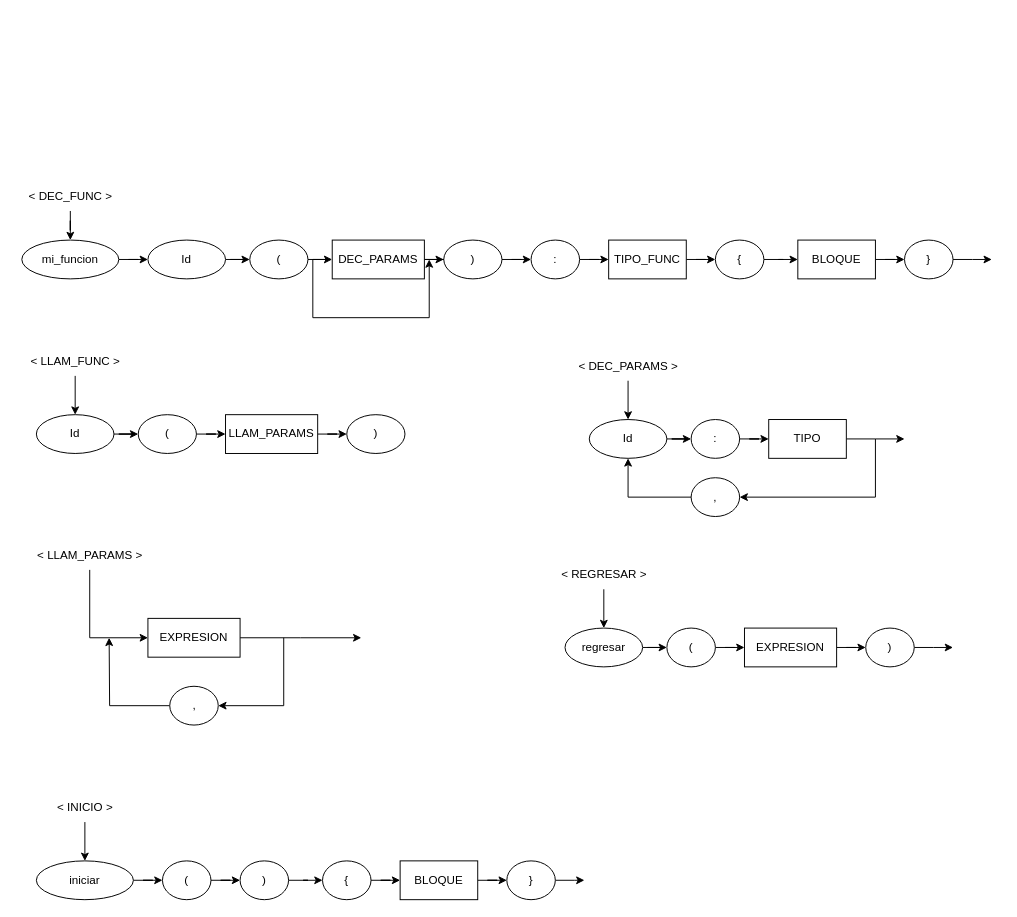
Before: page "Modulos" (13 of 14) of Docs/0. Diagramas.drawio in alexvasqxz/JuniorScript, a draw.io diagram. Source tidied: cells renumbered, new cells numbered last; positions are measured from the earlier drawing's top-left corner, leaving out a move shared by most shapes. Both pictures are drawn from the tidied source at 97%, with x=0, y=0 at pixel (16, 181).
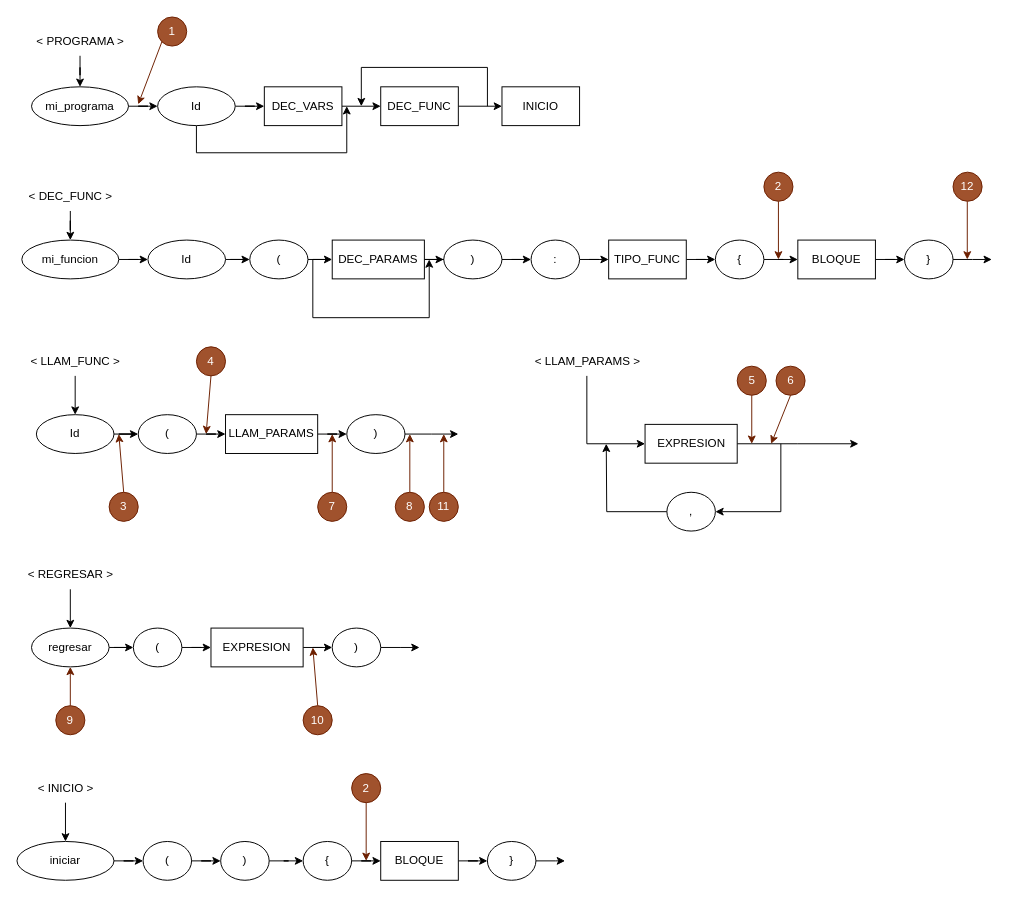
The same diagram, later.

The change refers to these unchanged cells:
```xml
<mxCell id="32" value=")" style="ellipse;whiteSpace=wrap;html=1;" parent="1" vertex="1">
  <mxGeometry x="340" y="240" width="60" height="40" as="geometry" />
</mxCell>
```

Change to the diagram source:
```diff
@@
+    <mxCell id="76" style="edgeStyle=orthogonalEdgeStyle;rounded=0;jettySize=auto;html=1;" parent="1" edge="1" source="32">
+      <mxGeometry relative="1" as="geometry">
+        <mxPoint x="455" y="260" as="targetPoint" />
+      </mxGeometry>
+    </mxCell>
@@
-    <mxCell id="33" style="edgeStyle=orthogonalEdgeStyle;rounded=0;jettySize=auto;html=1;entryX=0.5;entryY=0;entryDx=0;entryDy=0;" parent="1" edge="1" source="34" target="36">
-      <mxGeometry relative="1" as="geometry" />
-    </mxCell>
-    <mxCell id="34" value="&amp;lt; DEC_PARAMS &amp;gt;" style="text;html=1;align=center;verticalAlign=middle;points=[];strokeColor=none;fillColor=none;" parent="1" vertex="1">
-      <mxGeometry x="565" y="175" width="130" height="30" as="geometry" />
-    </mxCell>
-    <mxCell id="35" style="edgeStyle=orthogonalEdgeStyle;rounded=0;jettySize=auto;html=1;" parent="1" edge="1" source="36" target="38">
-      <mxGeometry relative="1" as="geometry" />
-    </mxCell>
-    <mxCell id="36" value="Id" style="ellipse;whiteSpace=wrap;html=1;" parent="1" vertex="1">
-      <mxGeometry x="590" y="245" width="80" height="40" as="geometry" />
-    </mxCell>
-    <mxCell id="37" style="edgeStyle=orthogonalEdgeStyle;rounded=0;jettySize=auto;html=1;entryX=0;entryY=0.5;entryDx=0;entryDy=0;" parent="1" edge="1" source="38" target="40">
-      <mxGeometry relative="1" as="geometry" />
-    </mxCell>
-    <mxCell id="38" value=":" style="ellipse;whiteSpace=wrap;html=1;" parent="1" vertex="1">
-      <mxGeometry x="695" y="245" width="50" height="40" as="geometry" />
-    </mxCell>
-    <mxCell id="39" style="edgeStyle=orthogonalEdgeStyle;rounded=0;jettySize=auto;html=1;" parent="1" edge="1" source="40">
-      <mxGeometry relative="1" as="geometry">
-        <mxPoint x="915" y="265" as="targetPoint" />
-      </mxGeometry>
-    </mxCell>
-    <mxCell id="40" value="TIPO" style="rounded=0;whiteSpace=wrap;html=1;" parent="1" vertex="1">
-      <mxGeometry x="775" y="245" width="80" height="40" as="geometry" />
-    </mxCell>
-    <mxCell id="41" style="edgeStyle=orthogonalEdgeStyle;rounded=0;jettySize=auto;html=1;entryX=0.5;entryY=1;entryDx=0;entryDy=0;" parent="1" edge="1" source="42" target="36">
-      <mxGeometry relative="1" as="geometry" />
-    </mxCell>
-    <mxCell id="42" value="," style="ellipse;whiteSpace=wrap;html=1;" parent="1" vertex="1">
-      <mxGeometry x="695" y="305" width="50" height="40" as="geometry" />
-    </mxCell>
-    <mxCell id="43" style="endArrow=classic;html=1;rounded=0;entryX=1;entryY=0.5;entryDx=0;entryDy=0;" parent="1" edge="1" target="42">
-      <mxGeometry relative="1" as="geometry">
-        <mxPoint x="885" y="265" as="sourcePoint" />
-        <Array as="points">
-          <mxPoint x="885" y="325" />
-        </Array>
-      </mxGeometry>
-    </mxCell>
@@
     <mxCell id="45" value="&amp;lt; LLAM_PARAMS &amp;gt;" style="text;html=1;align=center;verticalAlign=middle;points=[];strokeColor=none;fillColor=none;" parent="1" vertex="1">
-      <mxGeometry x="10" y="370" width="130" height="30" as="geometry" />
+      <mxGeometry x="522.5" y="170" width="130" height="30" as="geometry" />
     </mxCell>
     <mxCell id="46" style="edgeStyle=orthogonalEdgeStyle;rounded=0;jettySize=auto;html=1;" parent="1" edge="1" source="47">
       <mxGeometry relative="1" as="geometry">
-        <mxPoint x="355" y="470" as="targetPoint" />
+        <mxPoint x="867.5" y="270" as="targetPoint" />
       </mxGeometry>
     </mxCell>
     <mxCell id="47" value="EXPRESION" style="rounded=0;whiteSpace=wrap;html=1;" parent="1" vertex="1">
-      <mxGeometry x="135" y="450" width="95" height="40" as="geometry" />
+      <mxGeometry x="647.5" y="250" width="95" height="40" as="geometry" />
     </mxCell>
     <mxCell id="48" style="edgeStyle=orthogonalEdgeStyle;rounded=0;jettySize=auto;html=1;" parent="1" edge="1" source="49">
       <mxGeometry relative="1" as="geometry">
-        <mxPoint x="95" y="470" as="targetPoint" />
+        <mxPoint x="607.5" y="270" as="targetPoint" />
       </mxGeometry>
     </mxCell>
     <mxCell id="49" value="," style="ellipse;whiteSpace=wrap;html=1;" parent="1" vertex="1">
-      <mxGeometry x="157.5" y="520" width="50" height="40" as="geometry" />
+      <mxGeometry x="670" y="320" width="50" height="40" as="geometry" />
     </mxCell>
     <mxCell id="50" style="endArrow=classic;html=1;rounded=0;entryX=1;entryY=0.5;entryDx=0;entryDy=0;" parent="1" edge="1" target="49">
       <mxGeometry relative="1" as="geometry">
-        <mxPoint x="275" y="470" as="sourcePoint" />
+        <mxPoint x="787.5" y="270" as="sourcePoint" />
         <Array as="points">
-          <mxPoint x="275" y="540" />
+          <mxPoint x="787.5" y="340" />
         </Array>
       </mxGeometry>
     </mxCell>
@@
     <mxCell id="52" value="&amp;lt; REGRESAR &amp;gt;" style="text;html=1;align=center;verticalAlign=middle;points=[];strokeColor=none;fillColor=none;" parent="1" vertex="1">
-      <mxGeometry x="550" y="390" width="110" height="30" as="geometry" />
+      <mxGeometry y="390" width="110" height="30" as="geometry" />
     </mxCell>
@@
     <mxCell id="54" value="regresar" style="ellipse;whiteSpace=wrap;html=1;" parent="1" vertex="1">
-      <mxGeometry x="565" y="460" width="80" height="40" as="geometry" />
+      <mxGeometry x="15" y="460" width="80" height="40" as="geometry" />
     </mxCell>
@@
     <mxCell id="56" value="(" style="ellipse;whiteSpace=wrap;html=1;" parent="1" vertex="1">
-      <mxGeometry x="670" y="460" width="50" height="40" as="geometry" />
+      <mxGeometry x="120" y="460" width="50" height="40" as="geometry" />
     </mxCell>
@@
     <mxCell id="58" value="EXPRESION" style="rounded=0;whiteSpace=wrap;html=1;" parent="1" vertex="1">
-      <mxGeometry x="750" y="460" width="95" height="40" as="geometry" />
+      <mxGeometry x="200" y="460" width="95" height="40" as="geometry" />
     </mxCell>
     <mxCell id="59" style="edgeStyle=orthogonalEdgeStyle;rounded=0;jettySize=auto;html=1;" parent="1" edge="1" source="60">
       <mxGeometry relative="1" as="geometry">
-        <mxPoint x="965" y="480" as="targetPoint" />
+        <mxPoint x="415" y="480" as="targetPoint" />
       </mxGeometry>
     </mxCell>
     <mxCell id="60" value=")" style="ellipse;whiteSpace=wrap;html=1;" parent="1" vertex="1">
-      <mxGeometry x="875" y="460" width="50" height="40" as="geometry" />
+      <mxGeometry x="325" y="460" width="50" height="40" as="geometry" />
     </mxCell>
@@
     <mxCell id="63" value="&amp;lt; INICIO &amp;gt;" style="text;html=1;align=center;verticalAlign=middle;points=[];strokeColor=none;fillColor=none;" parent="1" vertex="1">
-      <mxGeometry x="30" y="630" width="80" height="30" as="geometry" />
+      <mxGeometry x="10" y="610" width="80" height="30" as="geometry" />
     </mxCell>
@@
     <mxCell id="65" value="iniciar" style="ellipse;whiteSpace=wrap;html=1;" parent="1" vertex="1">
-      <mxGeometry x="20" y="700" width="100" height="40" as="geometry" />
+      <mxGeometry y="680" width="100" height="40" as="geometry" />
     </mxCell>
@@
     <mxCell id="67" value="(" style="ellipse;whiteSpace=wrap;html=1;" parent="1" vertex="1">
-      <mxGeometry x="150" y="700" width="50" height="40" as="geometry" />
+      <mxGeometry x="130" y="680" width="50" height="40" as="geometry" />
     </mxCell>
@@
     <mxCell id="69" value=")" style="ellipse;whiteSpace=wrap;html=1;" parent="1" vertex="1">
-      <mxGeometry x="230" y="700" width="50" height="40" as="geometry" />
+      <mxGeometry x="210" y="680" width="50" height="40" as="geometry" />
     </mxCell>
@@
     <mxCell id="71" value="{" style="ellipse;whiteSpace=wrap;html=1;" parent="1" vertex="1">
-      <mxGeometry x="315" y="700" width="50" height="40" as="geometry" />
+      <mxGeometry x="295" y="680" width="50" height="40" as="geometry" />
     </mxCell>
@@
     <mxCell id="73" value="BLOQUE" style="rounded=0;whiteSpace=wrap;html=1;" parent="1" vertex="1">
-      <mxGeometry x="395" y="700" width="80" height="40" as="geometry" />
+      <mxGeometry x="375" y="680" width="80" height="40" as="geometry" />
     </mxCell>
     <mxCell id="74" style="edgeStyle=orthogonalEdgeStyle;rounded=0;jettySize=auto;html=1;" parent="1" edge="1" source="75">
       <mxGeometry relative="1" as="geometry">
-        <mxPoint x="585" y="720" as="targetPoint" />
+        <mxPoint x="565" y="700" as="targetPoint" />
       </mxGeometry>
     </mxCell>
     <mxCell id="75" value="}" style="ellipse;whiteSpace=wrap;html=1;" parent="1" vertex="1">
-      <mxGeometry x="505" y="700" width="50" height="40" as="geometry" />
+      <mxGeometry x="485" y="680" width="50" height="40" as="geometry" />
     </mxCell>
+    <mxCell id="77" value="1" style="ellipse;whiteSpace=wrap;html=1;fillColor=#a0522d;strokeColor=#6D1F00;fontColor=#ffffff;" parent="1" vertex="1">
+      <mxGeometry x="145" y="-170" width="30" height="30" as="geometry" />
+    </mxCell>
+    <mxCell id="78" style="edgeStyle=orthogonalEdgeStyle;rounded=0;jettySize=auto;html=1;entryX=0.5;entryY=0;entryDx=0;entryDy=0;" parent="1" edge="1" source="79" target="81">
+      <mxGeometry relative="1" as="geometry" />
+    </mxCell>
+    <mxCell id="79" value="&amp;lt; PROGRAMA &amp;gt;" style="text;html=1;align=center;verticalAlign=middle;points=[];strokeColor=none;fillColor=none;" parent="1" vertex="1">
+      <mxGeometry x="10" y="-160" width="110" height="30" as="geometry" />
+    </mxCell>
+    <mxCell id="80" style="edgeStyle=orthogonalEdgeStyle;rounded=0;jettySize=auto;html=1;entryX=0;entryY=0.5;entryDx=0;entryDy=0;" parent="1" edge="1" source="81" target="36">
+      <mxGeometry relative="1" as="geometry" />
+    </mxCell>
+    <mxCell id="81" value="mi_programa" style="ellipse;whiteSpace=wrap;html=1;" parent="1" vertex="1">
+      <mxGeometry x="15" y="-98" width="100" height="40" as="geometry" />
+    </mxCell>
+    <mxCell id="82" style="edgeStyle=orthogonalEdgeStyle;rounded=0;jettySize=auto;html=1;entryX=0;entryY=0.5;entryDx=0;entryDy=0;" parent="1" edge="1" source="36" target="85">
+      <mxGeometry relative="1" as="geometry" />
+    </mxCell>
+    <mxCell id="83" style="edgeStyle=orthogonalEdgeStyle;rounded=0;jettySize=auto;html=1;" parent="1" edge="1" source="36">
+      <mxGeometry relative="1" as="geometry">
+        <mxPoint x="340" y="-78" as="targetPoint" />
+        <Array as="points">
+          <mxPoint x="185" y="-30" />
+          <mxPoint x="340" y="-30" />
+        </Array>
+      </mxGeometry>
+    </mxCell>
+    <mxCell id="36" value="Id" style="ellipse;whiteSpace=wrap;html=1;" parent="1" vertex="1">
+      <mxGeometry x="145" y="-98" width="80" height="40" as="geometry" />
+    </mxCell>
+    <mxCell id="84" style="edgeStyle=orthogonalEdgeStyle;rounded=0;jettySize=auto;html=1;entryX=0;entryY=0.5;entryDx=0;entryDy=0;" parent="1" edge="1" source="85" target="87">
+      <mxGeometry relative="1" as="geometry" />
+    </mxCell>
+    <mxCell id="85" value="DEC_VARS" style="rounded=0;whiteSpace=wrap;html=1;" parent="1" vertex="1">
+      <mxGeometry x="255" y="-98" width="80" height="40" as="geometry" />
+    </mxCell>
+    <mxCell id="86" style="edgeStyle=orthogonalEdgeStyle;rounded=0;jettySize=auto;html=1;entryX=0;entryY=0.5;entryDx=0;entryDy=0;" parent="1" edge="1" source="87" target="89">
+      <mxGeometry relative="1" as="geometry" />
+    </mxCell>
+    <mxCell id="87" value="DEC_FUNC" style="rounded=0;whiteSpace=wrap;html=1;" parent="1" vertex="1">
+      <mxGeometry x="375" y="-98" width="80" height="40" as="geometry" />
+    </mxCell>
+    <mxCell id="88" style="endArrow=classic;html=1;rounded=0;" parent="1" edge="1">
+      <mxGeometry relative="1" as="geometry">
+        <mxPoint x="485" y="-78" as="sourcePoint" />
+        <mxPoint x="355" y="-78" as="targetPoint" />
+        <Array as="points">
+          <mxPoint x="485" y="-118" />
+          <mxPoint x="355" y="-118" />
+        </Array>
+      </mxGeometry>
+    </mxCell>
+    <mxCell id="89" value="INICIO" style="rounded=0;whiteSpace=wrap;html=1;" parent="1" vertex="1">
+      <mxGeometry x="500" y="-98" width="80" height="40" as="geometry" />
+    </mxCell>
+    <mxCell id="90" style="endArrow=classic;html=1;rounded=0;exitX=0;exitY=1;exitDx=0;exitDy=0;fillColor=#a0522d;strokeColor=#6D1F00;" parent="1" edge="1" source="77">
+      <mxGeometry relative="1" as="geometry">
+        <mxPoint x="125" y="-80" as="targetPoint" />
+      </mxGeometry>
+    </mxCell>
+    <mxCell id="91" value="2" style="ellipse;whiteSpace=wrap;html=1;fillColor=#a0522d;strokeColor=#6D1F00;fontColor=#ffffff;" parent="1" vertex="1">
+      <mxGeometry x="770" y="-10" width="30" height="30" as="geometry" />
+    </mxCell>
+    <mxCell id="92" style="endArrow=classic;html=1;rounded=0;exitX=0.5;exitY=1;exitDx=0;exitDy=0;fillColor=#a0522d;strokeColor=#6D1F00;" parent="1" edge="1" source="91">
+      <mxGeometry relative="1" as="geometry">
+        <mxPoint x="785" y="80" as="targetPoint" />
+      </mxGeometry>
+    </mxCell>
+    <mxCell id="93" value="2" style="ellipse;whiteSpace=wrap;html=1;fillColor=#a0522d;strokeColor=#6D1F00;fontColor=#ffffff;" parent="1" vertex="1">
+      <mxGeometry x="345" y="610" width="30" height="30" as="geometry" />
+    </mxCell>
+    <mxCell id="94" style="endArrow=classic;html=1;rounded=0;exitX=0.5;exitY=1;exitDx=0;exitDy=0;fillColor=#a0522d;strokeColor=#6D1F00;" parent="1" edge="1" source="93">
+      <mxGeometry relative="1" as="geometry">
+        <mxPoint x="360" y="700" as="targetPoint" />
+      </mxGeometry>
+    </mxCell>
+    <mxCell id="95" value="3" style="ellipse;whiteSpace=wrap;html=1;fillColor=#a0522d;strokeColor=#6D1F00;fontColor=#ffffff;" parent="1" vertex="1">
+      <mxGeometry x="95" y="320" width="30" height="30" as="geometry" />
+    </mxCell>
+    <mxCell id="96" style="endArrow=classic;html=1;rounded=0;exitX=0.5;exitY=0;exitDx=0;exitDy=0;fillColor=#a0522d;strokeColor=#6D1F00;" parent="1" edge="1" source="95">
+      <mxGeometry relative="1" as="geometry">
+        <mxPoint x="105" y="260" as="targetPoint" />
+      </mxGeometry>
+    </mxCell>
+    <mxCell id="97" value="4" style="ellipse;whiteSpace=wrap;html=1;fillColor=#a0522d;strokeColor=#6D1F00;fontColor=#ffffff;" parent="1" vertex="1">
+      <mxGeometry x="185" y="170" width="30" height="30" as="geometry" />
+    </mxCell>
+    <mxCell id="98" style="endArrow=classic;html=1;rounded=0;exitX=0.5;exitY=1;exitDx=0;exitDy=0;fillColor=#a0522d;strokeColor=#6D1F00;" parent="1" edge="1" source="97">
+      <mxGeometry relative="1" as="geometry">
+        <mxPoint x="195" y="260" as="targetPoint" />
+      </mxGeometry>
+    </mxCell>
+    <mxCell id="99" value="5" style="ellipse;whiteSpace=wrap;html=1;fillColor=#a0522d;strokeColor=#6D1F00;fontColor=#ffffff;" parent="1" vertex="1">
+      <mxGeometry x="742.5" y="190" width="30" height="30" as="geometry" />
+    </mxCell>
+    <mxCell id="100" style="endArrow=classic;html=1;rounded=0;exitX=0.5;exitY=1;exitDx=0;exitDy=0;fillColor=#a0522d;strokeColor=#6D1F00;" parent="1" edge="1" source="99">
+      <mxGeometry relative="1" as="geometry">
+        <mxPoint x="757.5" y="270" as="targetPoint" />
+      </mxGeometry>
+    </mxCell>
+    <mxCell id="101" value="6" style="ellipse;whiteSpace=wrap;html=1;fillColor=#a0522d;strokeColor=#6D1F00;fontColor=#ffffff;" parent="1" vertex="1">
+      <mxGeometry x="782.5" y="190" width="30" height="30" as="geometry" />
+    </mxCell>
+    <mxCell id="102" style="endArrow=classic;html=1;rounded=0;exitX=0.5;exitY=1;exitDx=0;exitDy=0;fillColor=#a0522d;strokeColor=#6D1F00;" parent="1" edge="1" source="101">
+      <mxGeometry relative="1" as="geometry">
+        <mxPoint x="777.5" y="270" as="targetPoint" />
+      </mxGeometry>
+    </mxCell>
+    <mxCell id="103" value="7" style="ellipse;whiteSpace=wrap;html=1;fillColor=#a0522d;strokeColor=#6D1F00;fontColor=#ffffff;" parent="1" vertex="1">
+      <mxGeometry x="310" y="320" width="30" height="30" as="geometry" />
+    </mxCell>
+    <mxCell id="104" style="endArrow=classic;html=1;rounded=0;exitX=0.5;exitY=0;exitDx=0;exitDy=0;fillColor=#a0522d;strokeColor=#6D1F00;" parent="1" edge="1" source="103">
+      <mxGeometry relative="1" as="geometry">
+        <mxPoint x="325" y="260" as="targetPoint" />
+      </mxGeometry>
+    </mxCell>
+    <mxCell id="105" value="8" style="ellipse;whiteSpace=wrap;html=1;fillColor=#a0522d;strokeColor=#6D1F00;fontColor=#ffffff;" parent="1" vertex="1">
+      <mxGeometry x="390" y="320" width="30" height="30" as="geometry" />
+    </mxCell>
+    <mxCell id="106" style="endArrow=classic;html=1;rounded=0;exitX=0.5;exitY=0;exitDx=0;exitDy=0;fillColor=#a0522d;strokeColor=#6D1F00;" parent="1" edge="1" source="105">
+      <mxGeometry relative="1" as="geometry">
+        <mxPoint x="405" y="260" as="targetPoint" />
+      </mxGeometry>
+    </mxCell>
+    <mxCell id="107" value="9" style="ellipse;whiteSpace=wrap;html=1;fillColor=#a0522d;strokeColor=#6D1F00;fontColor=#ffffff;" parent="1" vertex="1">
+      <mxGeometry x="40" y="540" width="30" height="30" as="geometry" />
+    </mxCell>
+    <mxCell id="108" style="endArrow=classic;html=1;rounded=0;exitX=0.5;exitY=0;exitDx=0;exitDy=0;fillColor=#a0522d;strokeColor=#6D1F00;entryX=0.5;entryY=1;entryDx=0;entryDy=0;" parent="1" edge="1" source="107" target="54">
+      <mxGeometry relative="1" as="geometry" />
+    </mxCell>
+    <mxCell id="109" value="10" style="ellipse;whiteSpace=wrap;html=1;fillColor=#a0522d;strokeColor=#6D1F00;fontColor=#ffffff;" parent="1" vertex="1">
+      <mxGeometry x="295" y="540" width="30" height="30" as="geometry" />
+    </mxCell>
+    <mxCell id="110" style="endArrow=classic;html=1;rounded=0;exitX=0.5;exitY=0;exitDx=0;exitDy=0;fillColor=#a0522d;strokeColor=#6D1F00;" parent="1" edge="1" source="109">
+      <mxGeometry relative="1" as="geometry">
+        <mxPoint x="305" y="480" as="targetPoint" />
+      </mxGeometry>
+    </mxCell>
+    <mxCell id="111" value="11" style="ellipse;whiteSpace=wrap;html=1;fillColor=#a0522d;strokeColor=#6D1F00;fontColor=#ffffff;" parent="1" vertex="1">
+      <mxGeometry x="425" y="320" width="30" height="30" as="geometry" />
+    </mxCell>
+    <mxCell id="112" style="endArrow=classic;html=1;rounded=0;exitX=0.5;exitY=0;exitDx=0;exitDy=0;fillColor=#a0522d;strokeColor=#6D1F00;" parent="1" edge="1" source="111">
+      <mxGeometry relative="1" as="geometry">
+        <mxPoint x="440" y="260" as="targetPoint" />
+      </mxGeometry>
+    </mxCell>
+    <mxCell id="113" value="12" style="ellipse;whiteSpace=wrap;html=1;fillColor=#a0522d;strokeColor=#6D1F00;fontColor=#ffffff;" parent="1" vertex="1">
+      <mxGeometry x="965" y="-10" width="30" height="30" as="geometry" />
+    </mxCell>
+    <mxCell id="114" style="endArrow=classic;html=1;rounded=0;exitX=0.5;exitY=1;exitDx=0;exitDy=0;fillColor=#a0522d;strokeColor=#6D1F00;" parent="1" edge="1">
+      <mxGeometry relative="1" as="geometry">
+        <mxPoint x="979.7" y="20" as="sourcePoint" />
+        <mxPoint x="979.7" y="80" as="targetPoint" />
+      </mxGeometry>
+    </mxCell>
```
